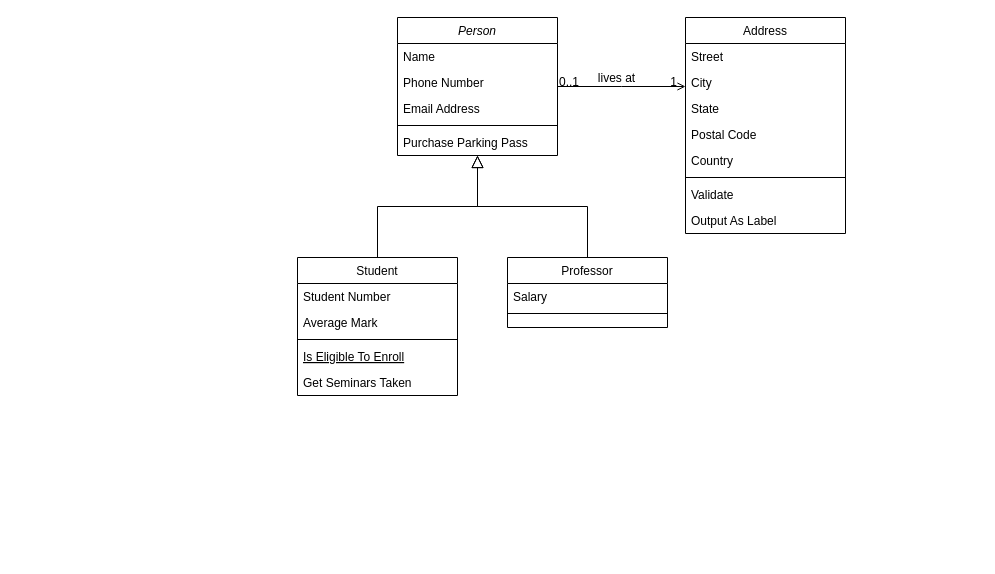
Earlier version of the draw.io diagram Diagramme sans nom.drawio (lebel-hounkanrin/sewing-tool-api). Source tidied: cells renumbered, new cells numbered last; positions are measured from the earlier drawing's top-left corner, leaving out a move shared by most shapes. Both pictures are drawn from the tidied source at 100%, with x=0, y=0 at pixel (297, 17).
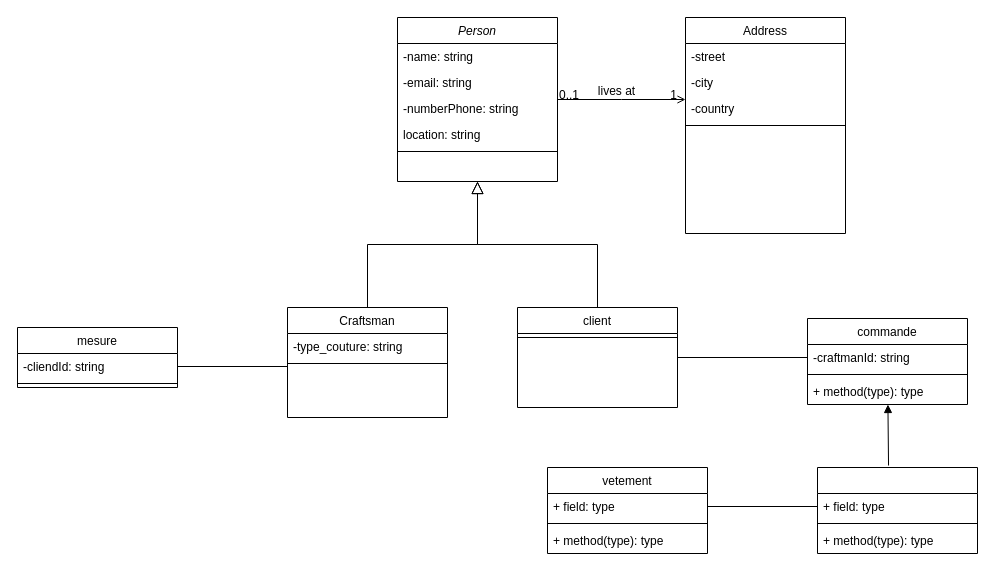
The same diagram, later.

Commit message:
Mettre à jour Diagramme sans nom.drawio

The change refers to these unchanged cells:
```xml
<mxCell id="19" value="Address" style="swimlane;fontStyle=0;align=center;verticalAlign=top;horizontal=1;startSize=26;rounded=0;shadow=0;strokeWidth=1;" parent="1" vertex="1">
  <mxGeometry x="388" width="160" height="216" as="geometry" />
</mxCell>
```

What changed in the source:
```diff
@@
     <mxCell id="2" value="Person" style="swimlane;fontStyle=2;align=center;verticalAlign=top;horizontal=1;startSize=26;rounded=0;shadow=0;strokeWidth=1;" parent="1" vertex="1">
-      <mxGeometry x="100" width="160" height="138" as="geometry" />
+      <mxGeometry x="100" width="160" height="164" as="geometry" />
     </mxCell>
-    <mxCell id="3" value="Name" style="text;align=left;verticalAlign=top;spacingLeft=4;spacingRight=4;overflow=hidden;" parent="2" vertex="1">
+    <mxCell id="3" value="-name: string" style="text;align=left;verticalAlign=top;spacingLeft=4;spacingRight=4;overflow=hidden;" parent="2" vertex="1">
       <mxGeometry y="26" width="160" height="26" as="geometry" />
     </mxCell>
-    <mxCell id="4" value="Phone Number" style="text;align=left;verticalAlign=top;spacingLeft=4;spacingRight=4;overflow=hidden;rounded=0;shadow=0;html=0;" parent="2" vertex="1">
+    <mxCell id="4" value="-email: string" style="text;align=left;verticalAlign=top;spacingLeft=4;spacingRight=4;overflow=hidden;rounded=0;shadow=0;html=0;" parent="2" vertex="1">
       <mxGeometry y="52" width="160" height="26" as="geometry" />
     </mxCell>
-    <mxCell id="5" value="Email Address" style="text;align=left;verticalAlign=top;spacingLeft=4;spacingRight=4;overflow=hidden;rounded=0;shadow=0;html=0;" parent="2" vertex="1">
+    <mxCell id="5" value="-numberPhone: string" style="text;align=left;verticalAlign=top;spacingLeft=4;spacingRight=4;overflow=hidden;rounded=0;shadow=0;html=0;" parent="2" vertex="1">
       <mxGeometry y="78" width="160" height="26" as="geometry" />
     </mxCell>
+    <mxCell id="32" value="location: string" style="text;align=left;verticalAlign=top;spacingLeft=4;spacingRight=4;overflow=hidden;rounded=0;shadow=0;html=0;" parent="2" vertex="1">
+      <mxGeometry y="104" width="160" height="26" as="geometry" />
+    </mxCell>
     <mxCell id="6" style="line;html=1;strokeWidth=1;align=left;verticalAlign=middle;spacingTop=-1;spacingLeft=3;spacingRight=3;labelPosition=right;" parent="2" vertex="1">
-      <mxGeometry y="104" width="160" height="8" as="geometry" />
+      <mxGeometry y="130" width="160" height="8" as="geometry" />
     </mxCell>
-    <mxCell id="7" value="Purchase Parking Pass" style="text;align=left;verticalAlign=top;spacingLeft=4;spacingRight=4;overflow=hidden;" parent="2" vertex="1">
-      <mxGeometry y="112" width="160" height="26" as="geometry" />
-    </mxCell>
-    <mxCell id="8" value="Student" style="swimlane;fontStyle=0;align=center;verticalAlign=top;horizontal=1;startSize=26;rounded=0;shadow=0;strokeWidth=1;" parent="1" vertex="1">
-      <mxGeometry y="240" width="160" height="138" as="geometry" />
+    <mxCell id="8" value="Craftsman" style="swimlane;fontStyle=0;align=center;verticalAlign=top;horizontal=1;startSize=26;rounded=0;shadow=0;strokeWidth=1;" parent="1" vertex="1">
+      <mxGeometry x="-10" y="290" width="160" height="110" as="geometry" />
     </mxCell>
-    <mxCell id="9" value="Student Number" style="text;align=left;verticalAlign=top;spacingLeft=4;spacingRight=4;overflow=hidden;" parent="8" vertex="1">
+    <mxCell id="9" value="-type_couture: string" style="text;align=left;verticalAlign=top;spacingLeft=4;spacingRight=4;overflow=hidden;" parent="8" vertex="1">
       <mxGeometry y="26" width="160" height="26" as="geometry" />
     </mxCell>
-    <mxCell id="10" value="Average Mark" style="text;align=left;verticalAlign=top;spacingLeft=4;spacingRight=4;overflow=hidden;rounded=0;shadow=0;html=0;" parent="8" vertex="1">
-      <mxGeometry y="52" width="160" height="26" as="geometry" />
-    </mxCell>
     <mxCell id="11" style="line;html=1;strokeWidth=1;align=left;verticalAlign=middle;spacingTop=-1;spacingLeft=3;spacingRight=3;labelPosition=right;" parent="8" vertex="1">
-      <mxGeometry y="78" width="160" height="8" as="geometry" />
+      <mxGeometry y="52" width="160" height="8" as="geometry" />
     </mxCell>
-    <mxCell id="12" value="Is Eligible To Enroll" style="text;align=left;verticalAlign=top;spacingLeft=4;spacingRight=4;overflow=hidden;fontStyle=4;" parent="8" vertex="1">
-      <mxGeometry y="86" width="160" height="26" as="geometry" />
-    </mxCell>
-    <mxCell id="13" value="Get Seminars Taken" style="text;align=left;verticalAlign=top;spacingLeft=4;spacingRight=4;overflow=hidden;" parent="8" vertex="1">
-      <mxGeometry y="112" width="160" height="26" as="geometry" />
-    </mxCell>
@@
+    <mxCell id="33" style="edgeStyle=none;rounded=0;jettySize=auto;html=1;entryX=0;entryY=0.5;entryDx=0;entryDy=0;startArrow=none;startFill=0;endArrow=none;endFill=0;" parent="1" edge="1" source="15" target="40">
+      <mxGeometry relative="1" as="geometry" />
+    </mxCell>
-    <mxCell id="15" value="Professor" style="swimlane;fontStyle=0;align=center;verticalAlign=top;horizontal=1;startSize=26;rounded=0;shadow=0;strokeWidth=1;" parent="1" vertex="1">
-      <mxGeometry x="210" y="240" width="160" height="70" as="geometry" />
+    <mxCell id="15" value="client" style="swimlane;fontStyle=0;align=center;verticalAlign=top;horizontal=1;startSize=26;rounded=0;shadow=0;strokeWidth=1;" parent="1" vertex="1">
+      <mxGeometry x="220" y="290" width="160" height="100" as="geometry" />
     </mxCell>
-    <mxCell id="16" value="Salary" style="text;align=left;verticalAlign=top;spacingLeft=4;spacingRight=4;overflow=hidden;" parent="15" vertex="1">
-      <mxGeometry y="26" width="160" height="26" as="geometry" />
-    </mxCell>
     <mxCell id="17" style="line;html=1;strokeWidth=1;align=left;verticalAlign=middle;spacingTop=-1;spacingLeft=3;spacingRight=3;labelPosition=right;" parent="15" vertex="1">
-      <mxGeometry y="52" width="160" height="8" as="geometry" />
+      <mxGeometry y="26" width="160" height="8" as="geometry" />
     </mxCell>
@@
-    <mxCell id="20" value="Street" style="text;align=left;verticalAlign=top;spacingLeft=4;spacingRight=4;overflow=hidden;" parent="19" vertex="1">
+    <mxCell id="20" value="-street" style="text;align=left;verticalAlign=top;spacingLeft=4;spacingRight=4;overflow=hidden;" parent="19" vertex="1">
       <mxGeometry y="26" width="160" height="26" as="geometry" />
     </mxCell>
-    <mxCell id="21" value="City" style="text;align=left;verticalAlign=top;spacingLeft=4;spacingRight=4;overflow=hidden;rounded=0;shadow=0;html=0;" parent="19" vertex="1">
+    <mxCell id="21" value="-city" style="text;align=left;verticalAlign=top;spacingLeft=4;spacingRight=4;overflow=hidden;rounded=0;shadow=0;html=0;" parent="19" vertex="1">
       <mxGeometry y="52" width="160" height="26" as="geometry" />
     </mxCell>
-    <mxCell id="22" value="State" style="text;align=left;verticalAlign=top;spacingLeft=4;spacingRight=4;overflow=hidden;rounded=0;shadow=0;html=0;" parent="19" vertex="1">
-      <mxGeometry y="78" width="160" height="26" as="geometry" />
-    </mxCell>
-    <mxCell id="23" value="Postal Code" style="text;align=left;verticalAlign=top;spacingLeft=4;spacingRight=4;overflow=hidden;rounded=0;shadow=0;html=0;" parent="19" vertex="1">
-      <mxGeometry y="104" width="160" height="26" as="geometry" />
-    </mxCell>
-    <mxCell id="24" value="Country" style="text;align=left;verticalAlign=top;spacingLeft=4;spacingRight=4;overflow=hidden;rounded=0;shadow=0;html=0;" parent="19" vertex="1">
-      <mxGeometry y="130" width="160" height="26" as="geometry" />
+    <mxCell id="24" value="-country" style="text;align=left;verticalAlign=top;spacingLeft=4;spacingRight=4;overflow=hidden;rounded=0;shadow=0;html=0;" parent="19" vertex="1">
+      <mxGeometry y="78" width="160" height="26" as="geometry" />
     </mxCell>
     <mxCell id="25" style="line;html=1;strokeWidth=1;align=left;verticalAlign=middle;spacingTop=-1;spacingLeft=3;spacingRight=3;labelPosition=right;" parent="19" vertex="1">
-      <mxGeometry y="156" width="160" height="8" as="geometry" />
+      <mxGeometry y="104" width="160" height="8" as="geometry" />
     </mxCell>
-    <mxCell id="26" value="Validate" style="text;align=left;verticalAlign=top;spacingLeft=4;spacingRight=4;overflow=hidden;" parent="19" vertex="1">
-      <mxGeometry y="164" width="160" height="26" as="geometry" />
-    </mxCell>
-    <mxCell id="27" value="Output As Label" style="text;align=left;verticalAlign=top;spacingLeft=4;spacingRight=4;overflow=hidden;" parent="19" vertex="1">
-      <mxGeometry y="190" width="160" height="26" as="geometry" />
-    </mxCell>
@@
+    <mxCell id="34" value="mesure" style="swimlane;fontStyle=0;align=center;verticalAlign=top;horizontal=1;startSize=26;" parent="1" vertex="1">
+      <mxGeometry x="-280" y="310" width="160" height="60" as="geometry" />
+    </mxCell>
+    <mxCell id="35" value="-cliendId: string" style="text;strokeColor=none;fillColor=none;align=left;verticalAlign=top;spacingLeft=4;spacingRight=4;overflow=hidden;points=[[0,0.5],[1,0.5]];portConstraint=eastwest;" parent="34" vertex="1">
+      <mxGeometry y="26" width="160" height="26" as="geometry" />
+    </mxCell>
+    <mxCell id="36" style="line;strokeWidth=1;fillColor=none;align=left;verticalAlign=middle;spacingTop=-1;spacingLeft=3;spacingRight=3;labelPosition=right;strokeColor=inherit;" parent="34" vertex="1">
+      <mxGeometry y="52" width="160" height="8" as="geometry" />
+    </mxCell>
+    <mxCell id="37" style="edgeStyle=none;rounded=0;jettySize=auto;html=1;endArrow=none;endFill=0;" parent="1" edge="1" source="35">
+      <mxGeometry relative="1" as="geometry">
+        <mxPoint x="-10" y="349" as="targetPoint" />
+      </mxGeometry>
+    </mxCell>
+    <mxCell id="38" style="edgeStyle=none;rounded=0;jettySize=auto;html=1;entryX=0.444;entryY=-0.023;entryDx=0;entryDy=0;entryPerimeter=0;startArrow=block;startFill=1;endArrow=none;endFill=0;" parent="1" edge="1" source="39" target="43">
+      <mxGeometry relative="1" as="geometry" />
+    </mxCell>
+    <mxCell id="39" value="commande" style="swimlane;fontStyle=0;align=center;verticalAlign=top;horizontal=1;startSize=26;" parent="1" vertex="1">
+      <mxGeometry x="510" y="301" width="160" height="86" as="geometry" />
+    </mxCell>
+    <mxCell id="40" value="-craftmanId: string&#10;" style="text;strokeColor=none;fillColor=none;align=left;verticalAlign=top;spacingLeft=4;spacingRight=4;overflow=hidden;points=[[0,0.5],[1,0.5]];portConstraint=eastwest;" parent="39" vertex="1">
+      <mxGeometry y="26" width="160" height="26" as="geometry" />
+    </mxCell>
+    <mxCell id="41" style="line;strokeWidth=1;fillColor=none;align=left;verticalAlign=middle;spacingTop=-1;spacingLeft=3;spacingRight=3;labelPosition=right;strokeColor=inherit;" parent="39" vertex="1">
+      <mxGeometry y="52" width="160" height="8" as="geometry" />
+    </mxCell>
+    <mxCell id="42" value="+ method(type): type" style="text;strokeColor=none;fillColor=none;align=left;verticalAlign=top;spacingLeft=4;spacingRight=4;overflow=hidden;" parent="39" vertex="1">
+      <mxGeometry y="60" width="160" height="26" as="geometry" />
+    </mxCell>
+    <mxCell id="43" style="swimlane;fontStyle=0;align=center;verticalAlign=top;horizontal=1;startSize=26;" parent="1" vertex="1">
+      <mxGeometry x="520" y="450" width="160" height="86" as="geometry" />
+    </mxCell>
+    <mxCell id="44" value="+ field: type" style="text;strokeColor=none;fillColor=none;align=left;verticalAlign=top;spacingLeft=4;spacingRight=4;overflow=hidden;points=[[0,0.5],[1,0.5]];portConstraint=eastwest;" parent="43" vertex="1">
+      <mxGeometry y="26" width="160" height="26" as="geometry" />
+    </mxCell>
+    <mxCell id="45" style="line;strokeWidth=1;fillColor=none;align=left;verticalAlign=middle;spacingTop=-1;spacingLeft=3;spacingRight=3;labelPosition=right;strokeColor=inherit;" parent="43" vertex="1">
+      <mxGeometry y="52" width="160" height="8" as="geometry" />
+    </mxCell>
+    <mxCell id="46" value="+ method(type): type" style="text;strokeColor=none;fillColor=none;align=left;verticalAlign=top;spacingLeft=4;spacingRight=4;overflow=hidden;" parent="43" vertex="1">
+      <mxGeometry y="60" width="160" height="26" as="geometry" />
+    </mxCell>
+    <mxCell id="47" value="vetement" style="swimlane;fontStyle=0;align=center;verticalAlign=top;horizontal=1;startSize=26;" parent="1" vertex="1">
+      <mxGeometry x="250" y="450" width="160" height="86" as="geometry" />
+    </mxCell>
+    <mxCell id="48" value="+ field: type" style="text;strokeColor=none;fillColor=none;align=left;verticalAlign=top;spacingLeft=4;spacingRight=4;overflow=hidden;points=[[0,0.5],[1,0.5]];portConstraint=eastwest;" parent="47" vertex="1">
+      <mxGeometry y="26" width="160" height="26" as="geometry" />
+    </mxCell>
+    <mxCell id="49" style="line;strokeWidth=1;fillColor=none;align=left;verticalAlign=middle;spacingTop=-1;spacingLeft=3;spacingRight=3;labelPosition=right;strokeColor=inherit;" parent="47" vertex="1">
+      <mxGeometry y="52" width="160" height="8" as="geometry" />
+    </mxCell>
+    <mxCell id="50" value="+ method(type): type" style="text;strokeColor=none;fillColor=none;align=left;verticalAlign=top;spacingLeft=4;spacingRight=4;overflow=hidden;" parent="47" vertex="1">
+      <mxGeometry y="60" width="160" height="26" as="geometry" />
+    </mxCell>
+    <mxCell id="51" style="edgeStyle=none;rounded=0;jettySize=auto;html=1;entryX=0;entryY=0.5;entryDx=0;entryDy=0;startArrow=none;startFill=0;endArrow=none;endFill=0;" parent="1" edge="1" source="48" target="44">
+      <mxGeometry relative="1" as="geometry" />
+    </mxCell>
```
